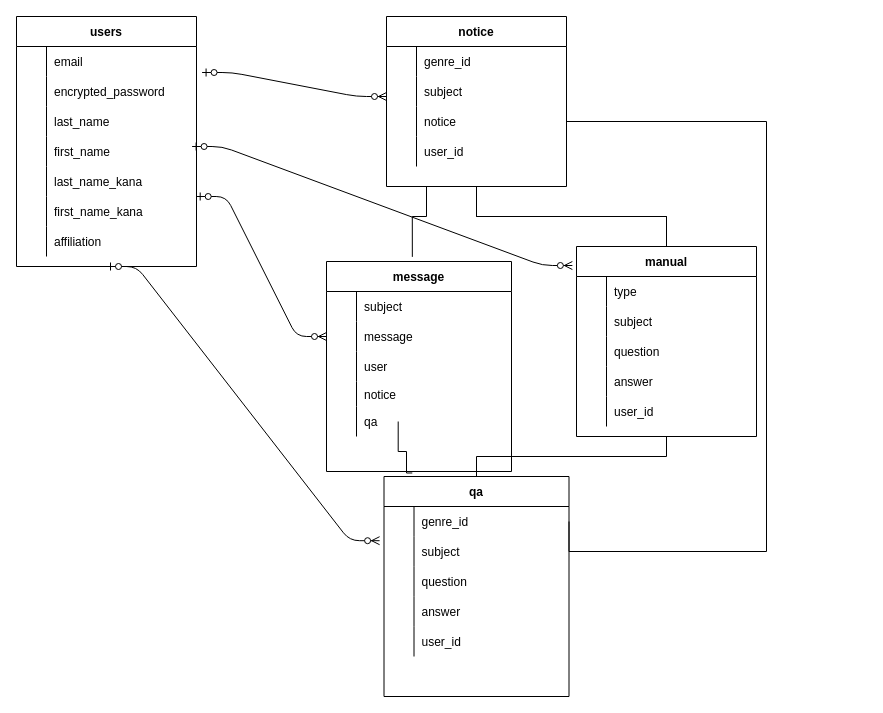
yohikazu-shibuya/share_works keeps this draw.io diagram as test.dio. Above is the earlier version. Source tidied: cells renumbered, new cells numbered last; positions are measured from the earlier drawing's top-left corner, leaving out a move shared by most shapes. Both pictures are drawn from the tidied source at 100%, with x=0, y=0 at pixel (16, 16).
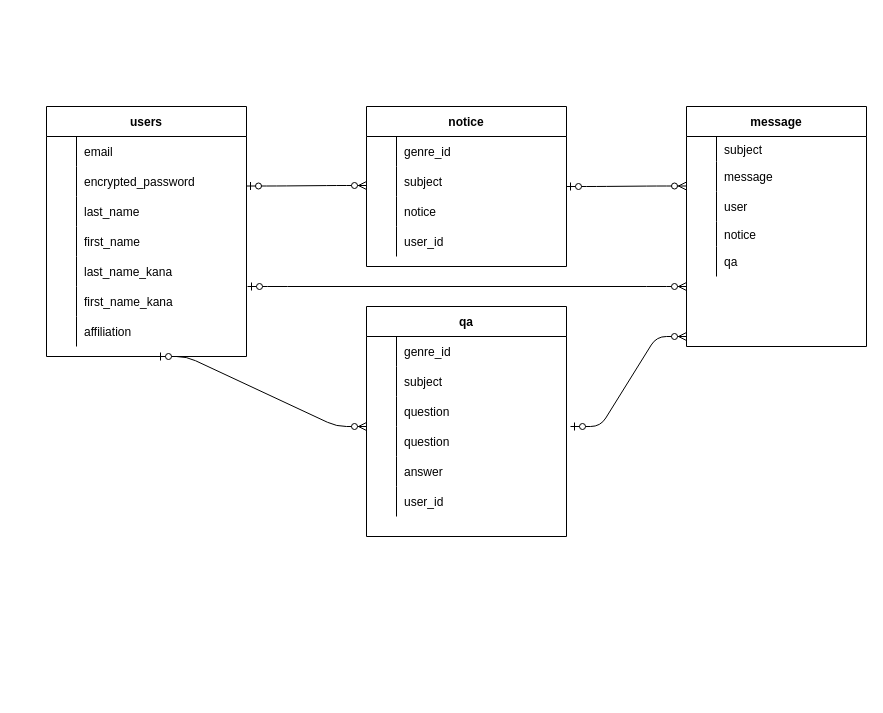
After the change.

What changed in the source:
```diff
@@
     <mxCell id="2" value="users" style="shape=table;startSize=30;childLayout=tableLayout;rowLines=0;fontStyle=1;align=center;fillColor=none;" parent="1" vertex="1">
-      <mxGeometry width="180" height="250" as="geometry" />
+      <mxGeometry x="30" y="90" width="200" height="250" as="geometry" />
     </mxCell>
     <mxCell id="3" style="shape=partialRectangle;fillColor=none;top=0;left=0;bottom=0;right=0;points=[[0,0.5],[1,0.5]];portConstraint=eastwest;" parent="2" vertex="1">
-      <mxGeometry y="30" width="180" height="30" as="geometry" />
+      <mxGeometry y="30" width="200" height="30" as="geometry" />
     </mxCell>
@@
     <mxCell id="5" value="email" style="shape=partialRectangle;fillColor=none;top=0;left=0;bottom=0;right=0;align=left;spacingLeft=6;overflow=hidden;" parent="3" vertex="1">
-      <mxGeometry x="30" width="150" height="30" as="geometry" />
+      <mxGeometry x="30" width="170" height="30" as="geometry" />
     </mxCell>
     <mxCell id="6" style="shape=partialRectangle;fillColor=none;top=0;left=0;bottom=0;right=0;" parent="2" vertex="1">
-      <mxGeometry y="60" width="180" height="30" as="geometry" />
+      <mxGeometry y="60" width="200" height="30" as="geometry" />
     </mxCell>
@@
     <mxCell id="8" value="encrypted_password" style="shape=partialRectangle;fillColor=none;top=0;left=0;bottom=0;right=0;align=left;spacingLeft=6;overflow=hidden;" parent="6" vertex="1">
-      <mxGeometry x="30" width="150" height="30" as="geometry" />
+      <mxGeometry x="30" width="170" height="30" as="geometry" />
     </mxCell>
     <mxCell id="9" style="shape=partialRectangle;fillColor=none;top=0;left=0;bottom=0;right=0;" parent="2" vertex="1">
-      <mxGeometry y="90" width="180" height="30" as="geometry" />
+      <mxGeometry y="90" width="200" height="30" as="geometry" />
     </mxCell>
@@
     <mxCell id="11" value="last_name" style="shape=partialRectangle;fillColor=none;top=0;left=0;bottom=0;right=0;align=left;spacingLeft=6;overflow=hidden;" parent="9" vertex="1">
-      <mxGeometry x="30" width="150" height="30" as="geometry" />
+      <mxGeometry x="30" width="170" height="30" as="geometry" />
     </mxCell>
     <mxCell id="12" style="shape=partialRectangle;fillColor=none;top=0;left=0;bottom=0;right=0;" parent="2" vertex="1">
-      <mxGeometry y="120" width="180" height="30" as="geometry" />
+      <mxGeometry y="120" width="200" height="30" as="geometry" />
     </mxCell>
@@
     <mxCell id="14" value="first_name" style="shape=partialRectangle;fillColor=none;top=0;left=0;bottom=0;right=0;align=left;spacingLeft=6;overflow=hidden;" parent="12" vertex="1">
-      <mxGeometry x="30" width="150" height="30" as="geometry" />
+      <mxGeometry x="30" width="170" height="30" as="geometry" />
     </mxCell>
     <mxCell id="15" style="shape=partialRectangle;fillColor=none;top=0;left=0;bottom=0;right=0;" parent="2" vertex="1">
-      <mxGeometry y="150" width="180" height="30" as="geometry" />
+      <mxGeometry y="150" width="200" height="30" as="geometry" />
     </mxCell>
@@
     <mxCell id="17" value="last_name_kana" style="shape=partialRectangle;fillColor=none;top=0;left=0;bottom=0;right=0;align=left;spacingLeft=6;overflow=hidden;" parent="15" vertex="1">
-      <mxGeometry x="30" width="150" height="30" as="geometry" />
+      <mxGeometry x="30" width="170" height="30" as="geometry" />
     </mxCell>
     <mxCell id="18" style="shape=partialRectangle;fillColor=none;top=0;left=0;bottom=0;right=0;" parent="2" vertex="1">
-      <mxGeometry y="180" width="180" height="30" as="geometry" />
+      <mxGeometry y="180" width="200" height="30" as="geometry" />
     </mxCell>
@@
     <mxCell id="20" value="first_name_kana" style="shape=partialRectangle;fillColor=none;top=0;left=0;bottom=0;right=0;align=left;spacingLeft=6;overflow=hidden;" parent="18" vertex="1">
-      <mxGeometry x="30" width="150" height="30" as="geometry" />
+      <mxGeometry x="30" width="170" height="30" as="geometry" />
     </mxCell>
     <mxCell id="21" style="shape=partialRectangle;fillColor=none;top=0;left=0;bottom=0;right=0;" parent="2" vertex="1">
-      <mxGeometry y="210" width="180" height="30" as="geometry" />
+      <mxGeometry y="210" width="200" height="30" as="geometry" />
     </mxCell>
@@
     <mxCell id="23" value="affiliation" style="shape=partialRectangle;fillColor=none;top=0;left=0;bottom=0;right=0;align=left;spacingLeft=6;overflow=hidden;" parent="21" vertex="1">
-      <mxGeometry x="30" width="150" height="30" as="geometry" />
+      <mxGeometry x="30" width="170" height="30" as="geometry" />
     </mxCell>
     <mxCell id="24" value="notice" style="shape=table;startSize=30;childLayout=tableLayout;rowLines=0;fontStyle=1;align=center;fillColor=none;" parent="1" vertex="1">
-      <mxGeometry x="370" width="180" height="170" as="geometry" />
+      <mxGeometry x="350" y="90" width="200" height="160" as="geometry" />
     </mxCell>
     <mxCell id="25" style="shape=partialRectangle;fillColor=none;top=0;left=0;bottom=0;right=0;" parent="24" vertex="1">
-      <mxGeometry y="30" width="180" height="30" as="geometry" />
+      <mxGeometry y="30" width="200" height="30" as="geometry" />
     </mxCell>
@@
     <mxCell id="27" value="genre_id" style="shape=partialRectangle;fillColor=none;top=0;left=0;bottom=0;right=0;align=left;spacingLeft=6;overflow=hidden;" parent="25" vertex="1">
-      <mxGeometry x="30" width="150" height="30" as="geometry" />
+      <mxGeometry x="30" width="170" height="30" as="geometry" />
     </mxCell>
     <mxCell id="28" style="shape=partialRectangle;fillColor=none;top=0;left=0;bottom=0;right=0;" parent="24" vertex="1">
-      <mxGeometry y="60" width="180" height="30" as="geometry" />
+      <mxGeometry y="60" width="200" height="30" as="geometry" />
     </mxCell>
@@
     <mxCell id="30" value="subject" style="shape=partialRectangle;fillColor=none;top=0;left=0;bottom=0;right=0;align=left;spacingLeft=6;overflow=hidden;" parent="28" vertex="1">
-      <mxGeometry x="30" width="150" height="30" as="geometry" />
+      <mxGeometry x="30" width="170" height="30" as="geometry" />
     </mxCell>
     <mxCell id="31" style="shape=partialRectangle;fillColor=none;top=0;left=0;bottom=0;right=0;points=[[0,0.5],[1,0.5]];portConstraint=eastwest;" parent="24" vertex="1">
-      <mxGeometry y="90" width="180" height="30" as="geometry" />
+      <mxGeometry y="90" width="200" height="30" as="geometry" />
     </mxCell>
@@
     <mxCell id="33" value="notice" style="shape=partialRectangle;fillColor=none;top=0;left=0;bottom=0;right=0;align=left;spacingLeft=6;overflow=hidden;" parent="31" vertex="1">
-      <mxGeometry x="30" width="150" height="30" as="geometry" />
+      <mxGeometry x="30" width="170" height="30" as="geometry" />
     </mxCell>
     <mxCell id="34" style="shape=partialRectangle;fillColor=none;top=0;left=0;bottom=0;right=0;" parent="24" vertex="1">
-      <mxGeometry y="120" width="180" height="30" as="geometry" />
+      <mxGeometry y="120" width="200" height="30" as="geometry" />
     </mxCell>
@@
     <mxCell id="36" value="user_id" style="shape=partialRectangle;fillColor=none;top=0;left=0;bottom=0;right=0;align=left;spacingLeft=6;overflow=hidden;" parent="34" vertex="1">
-      <mxGeometry x="30" width="150" height="30" as="geometry" />
+      <mxGeometry x="30" width="170" height="30" as="geometry" />
     </mxCell>
     <mxCell id="37" value="qa" style="shape=table;startSize=30;childLayout=tableLayout;rowLines=0;fontStyle=1;align=center;fillColor=none;" parent="1" vertex="1">
-      <mxGeometry x="367.5" y="460" width="185" height="220" as="geometry" />
+      <mxGeometry x="350" y="290" width="200" height="230" as="geometry" />
     </mxCell>
     <mxCell id="38" style="shape=partialRectangle;fillColor=none;top=0;left=0;bottom=0;right=0;" parent="37" vertex="1">
-      <mxGeometry y="30" width="185" height="30" as="geometry" />
+      <mxGeometry y="30" width="200" height="30" as="geometry" />
     </mxCell>
@@
     <mxCell id="40" value="genre_id" style="shape=partialRectangle;fillColor=none;top=0;left=0;bottom=0;right=0;align=left;spacingLeft=6;overflow=hidden;" parent="38" vertex="1">
-      <mxGeometry x="30" width="155" height="30" as="geometry" />
+      <mxGeometry x="30" width="170" height="30" as="geometry" />
     </mxCell>
     <mxCell id="41" style="shape=partialRectangle;fillColor=none;top=0;left=0;bottom=0;right=0;" parent="37" vertex="1">
-      <mxGeometry y="60" width="185" height="30" as="geometry" />
+      <mxGeometry y="60" width="200" height="30" as="geometry" />
     </mxCell>
@@
     <mxCell id="43" value="subject" style="shape=partialRectangle;fillColor=none;top=0;left=0;bottom=0;right=0;align=left;spacingLeft=6;overflow=hidden;" parent="41" vertex="1">
-      <mxGeometry x="30" width="155" height="30" as="geometry" />
+      <mxGeometry x="30" width="170" height="30" as="geometry" />
     </mxCell>
     <mxCell id="44" style="shape=partialRectangle;fillColor=none;top=0;left=0;bottom=0;right=0;" parent="37" vertex="1">
-      <mxGeometry y="90" width="185" height="30" as="geometry" />
+      <mxGeometry y="90" width="200" height="30" as="geometry" />
     </mxCell>
@@
     <mxCell id="46" value="question" style="shape=partialRectangle;fillColor=none;top=0;left=0;bottom=0;right=0;align=left;spacingLeft=6;overflow=hidden;" parent="44" vertex="1">
-      <mxGeometry x="30" width="155" height="30" as="geometry" />
+      <mxGeometry x="30" width="170" height="30" as="geometry" />
     </mxCell>
+    <mxCell id="95" style="shape=partialRectangle;fillColor=none;top=0;left=0;bottom=0;right=0;" parent="37" vertex="1">
+      <mxGeometry y="120" width="200" height="30" as="geometry" />
+    </mxCell>
+    <mxCell id="96" style="shape=partialRectangle;fillColor=none;top=0;left=0;bottom=0;right=0;overflow=hidden;" parent="95" vertex="1">
+      <mxGeometry width="30" height="30" as="geometry" />
+    </mxCell>
+    <mxCell id="66" value="question" style="shape=partialRectangle;fillColor=none;top=0;left=0;bottom=0;right=0;align=left;spacingLeft=6;overflow=hidden;" parent="95" vertex="1">
+      <mxGeometry x="30" width="170" height="30" as="geometry" />
+    </mxCell>
     <mxCell id="47" style="shape=partialRectangle;fillColor=none;top=0;left=0;bottom=0;right=0;" parent="37" vertex="1">
-      <mxGeometry y="120" width="185" height="30" as="geometry" />
+      <mxGeometry y="150" width="200" height="30" as="geometry" />
     </mxCell>
@@
     <mxCell id="49" value="answer" style="shape=partialRectangle;fillColor=none;top=0;left=0;bottom=0;right=0;align=left;spacingLeft=6;overflow=hidden;" parent="47" vertex="1">
-      <mxGeometry x="30" width="155" height="30" as="geometry" />
+      <mxGeometry x="30" width="170" height="30" as="geometry" />
     </mxCell>
     <mxCell id="50" style="shape=partialRectangle;fillColor=none;top=0;left=0;bottom=0;right=0;" parent="37" vertex="1">
-      <mxGeometry y="150" width="185" height="30" as="geometry" />
+      <mxGeometry y="180" width="200" height="30" as="geometry" />
     </mxCell>
@@
     <mxCell id="52" value="user_id" style="shape=partialRectangle;fillColor=none;top=0;left=0;bottom=0;right=0;align=left;spacingLeft=6;overflow=hidden;" parent="50" vertex="1">
-      <mxGeometry x="30" width="155" height="30" as="geometry" />
+      <mxGeometry x="30" width="170" height="30" as="geometry" />
     </mxCell>
-    <mxCell id="53" style="edgeStyle=entityRelationEdgeStyle;fontSize=12;html=1;endArrow=ERzeroToMany;startArrow=ERzeroToOne;exitX=1.031;exitY=0.867;exitDx=0;exitDy=0;exitPerimeter=0;" parent="1" edge="1" source="3">
-      <mxGeometry relative="1" as="geometry">
-        <mxPoint x="370" y="80" as="targetPoint" />
-      </mxGeometry>
-    </mxCell>
-    <mxCell id="54" style="edgeStyle=entityRelationEdgeStyle;fontSize=12;html=1;endArrow=ERzeroToMany;startArrow=ERzeroToOne;exitX=0.5;exitY=1;exitDx=0;exitDy=0;entryX=-0.024;entryY=1.14;entryDx=0;entryDy=0;entryPerimeter=0;" parent="1" edge="1" source="2">
+    <mxCell id="54" style="edgeStyle=entityRelationEdgeStyle;fontSize=12;html=1;endArrow=ERzeroToMany;startArrow=ERzeroToOne;" parent="1" edge="1">
       <mxGeometry relative="1" as="geometry">
-        <mxPoint x="363.1" y="524.2" as="targetPoint" />
+        <mxPoint x="140" y="340" as="sourcePoint" />
+        <mxPoint x="350" y="410" as="targetPoint" />
       </mxGeometry>
     </mxCell>
-    <mxCell id="55" style="edgeStyle=orthogonalEdgeStyle;rounded=0;jettySize=auto;html=1;exitX=0.5;exitY=1;exitDx=0;exitDy=0;entryX=0.5;entryY=0;entryDx=0;entryDy=0;endArrow=none;endFill=0;" parent="1" edge="1" source="57" target="37">
-      <mxGeometry relative="1" as="geometry" />
-    </mxCell>
-    <mxCell id="56" style="edgeStyle=orthogonalEdgeStyle;rounded=0;jettySize=auto;html=1;exitX=0.5;exitY=0;exitDx=0;exitDy=0;entryX=0.5;entryY=1;entryDx=0;entryDy=0;endArrow=none;endFill=0;" parent="1" edge="1" source="57" target="24">
-      <mxGeometry relative="1" as="geometry" />
-    </mxCell>
-    <mxCell id="57" value="manual" style="shape=table;startSize=30;childLayout=tableLayout;rowLines=0;fontStyle=1;align=center;fillColor=none;" parent="1" vertex="1">
-      <mxGeometry x="560" y="230" width="180" height="190" as="geometry" />
-    </mxCell>
-    <mxCell id="58" style="shape=partialRectangle;fillColor=none;top=0;left=0;bottom=0;right=0;" parent="57" vertex="1">
-      <mxGeometry y="30" width="180" height="30" as="geometry" />
-    </mxCell>
-    <mxCell id="59" style="shape=partialRectangle;fillColor=none;top=0;left=0;bottom=0;right=0;overflow=hidden;" parent="58" vertex="1">
-      <mxGeometry width="30" height="30" as="geometry" />
-    </mxCell>
-    <mxCell id="60" value="type " style="shape=partialRectangle;fillColor=none;top=0;left=0;bottom=0;right=0;align=left;spacingLeft=6;overflow=hidden;" parent="58" vertex="1">
-      <mxGeometry x="30" width="150" height="30" as="geometry" />
-    </mxCell>
-    <mxCell id="61" style="shape=partialRectangle;fillColor=none;top=0;left=0;bottom=0;right=0;" parent="57" vertex="1">
-      <mxGeometry y="60" width="180" height="30" as="geometry" />
-    </mxCell>
-    <mxCell id="62" style="shape=partialRectangle;fillColor=none;top=0;left=0;bottom=0;right=0;overflow=hidden;" parent="61" vertex="1">
-      <mxGeometry width="30" height="30" as="geometry" />
-    </mxCell>
-    <mxCell id="63" value="subject" style="shape=partialRectangle;fillColor=none;top=0;left=0;bottom=0;right=0;align=left;spacingLeft=6;overflow=hidden;" parent="61" vertex="1">
-      <mxGeometry x="30" width="150" height="30" as="geometry" />
-    </mxCell>
-    <mxCell id="64" style="shape=partialRectangle;fillColor=none;top=0;left=0;bottom=0;right=0;" parent="57" vertex="1">
-      <mxGeometry y="90" width="180" height="30" as="geometry" />
-    </mxCell>
-    <mxCell id="65" style="shape=partialRectangle;fillColor=none;top=0;left=0;bottom=0;right=0;overflow=hidden;" parent="64" vertex="1">
-      <mxGeometry width="30" height="30" as="geometry" />
-    </mxCell>
-    <mxCell id="66" value="question" style="shape=partialRectangle;fillColor=none;top=0;left=0;bottom=0;right=0;align=left;spacingLeft=6;overflow=hidden;" parent="64" vertex="1">
-      <mxGeometry x="30" width="150" height="30" as="geometry" />
-    </mxCell>
-    <mxCell id="67" style="shape=partialRectangle;fillColor=none;top=0;left=0;bottom=0;right=0;" parent="57" vertex="1">
-      <mxGeometry y="120" width="180" height="30" as="geometry" />
-    </mxCell>
-    <mxCell id="68" style="shape=partialRectangle;fillColor=none;top=0;left=0;bottom=0;right=0;overflow=hidden;" parent="67" vertex="1">
-      <mxGeometry width="30" height="30" as="geometry" />
-    </mxCell>
-    <mxCell id="69" value="answer" style="shape=partialRectangle;fillColor=none;top=0;left=0;bottom=0;right=0;align=left;spacingLeft=6;overflow=hidden;" parent="67" vertex="1">
-      <mxGeometry x="30" width="150" height="30" as="geometry" />
-    </mxCell>
-    <mxCell id="70" style="shape=partialRectangle;fillColor=none;top=0;left=0;bottom=0;right=0;" parent="57" vertex="1">
-      <mxGeometry y="150" width="180" height="30" as="geometry" />
-    </mxCell>
-    <mxCell id="71" style="shape=partialRectangle;fillColor=none;top=0;left=0;bottom=0;right=0;overflow=hidden;" parent="70" vertex="1">
-      <mxGeometry width="30" height="30" as="geometry" />
-    </mxCell>
-    <mxCell id="72" value="user_id" style="shape=partialRectangle;fillColor=none;top=0;left=0;bottom=0;right=0;align=left;spacingLeft=6;overflow=hidden;" parent="70" vertex="1">
-      <mxGeometry x="30" width="150" height="30" as="geometry" />
-    </mxCell>
-    <mxCell id="73" style="edgeStyle=entityRelationEdgeStyle;fontSize=12;html=1;endArrow=ERzeroToMany;startArrow=ERzeroToOne;exitX=1.031;exitY=0.867;exitDx=0;exitDy=0;exitPerimeter=0;entryX=-0.023;entryY=0.1;entryDx=0;entryDy=0;entryPerimeter=0;" parent="1" edge="1" target="57">
-      <mxGeometry relative="1" as="geometry">
-        <mxPoint x="175.6" y="130" as="sourcePoint" />
-      </mxGeometry>
-    </mxCell>
-    <mxCell id="74" style="edgeStyle=orthogonalEdgeStyle;rounded=0;jettySize=auto;html=1;exitX=1;exitY=0.5;exitDx=0;exitDy=0;entryX=1;entryY=0.5;entryDx=0;entryDy=0;endArrow=none;endFill=0;" parent="1" edge="1" target="31">
-      <mxGeometry relative="1" as="geometry">
-        <mxPoint x="552.5" y="505" as="sourcePoint" />
-        <Array as="points">
-          <mxPoint x="750" y="535" />
-          <mxPoint x="750" y="105" />
-        </Array>
-      </mxGeometry>
-    </mxCell>
     <mxCell id="75" value="message" style="shape=table;startSize=30;childLayout=tableLayout;rowLines=0;fontStyle=1;align=center;fillColor=none;" parent="1" vertex="1">
-      <mxGeometry x="310" y="245" width="185" height="210" as="geometry" />
+      <mxGeometry x="670" y="90" width="180" height="240" as="geometry" />
     </mxCell>
     <mxCell id="76" style="shape=partialRectangle;fillColor=none;top=0;left=0;bottom=0;right=0;" parent="75" vertex="1">
-      <mxGeometry y="30" width="185" height="30" as="geometry" />
+      <mxGeometry y="30" width="180" height="25" as="geometry" />
     </mxCell>
     <mxCell id="77" style="shape=partialRectangle;fillColor=none;top=0;left=0;bottom=0;right=0;overflow=hidden;" parent="76" vertex="1">
-      <mxGeometry width="30" height="30" as="geometry" />
+      <mxGeometry width="30" height="25" as="geometry" />
     </mxCell>
     <mxCell id="78" value="subject" style="shape=partialRectangle;fillColor=none;top=0;left=0;bottom=0;right=0;align=left;spacingLeft=6;overflow=hidden;" parent="76" vertex="1">
-      <mxGeometry x="30" width="155" height="30" as="geometry" />
+      <mxGeometry x="30" width="150" height="25" as="geometry" />
     </mxCell>
     <mxCell id="79" style="shape=partialRectangle;fillColor=none;top=0;left=0;bottom=0;right=0;points=[[0,0.5],[1,0.5]];portConstraint=eastwest;" parent="75" vertex="1">
-      <mxGeometry y="60" width="185" height="30" as="geometry" />
+      <mxGeometry y="55" width="180" height="30" as="geometry" />
     </mxCell>
@@
     <mxCell id="81" value="message" style="shape=partialRectangle;fillColor=none;top=0;left=0;bottom=0;right=0;align=left;spacingLeft=6;overflow=hidden;" parent="79" vertex="1">
-      <mxGeometry x="30" width="155" height="30" as="geometry" />
+      <mxGeometry x="30" width="150" height="30" as="geometry" />
     </mxCell>
     <mxCell id="82" style="shape=partialRectangle;fillColor=none;top=0;left=0;bottom=0;right=0;" parent="75" vertex="1">
-      <mxGeometry y="90" width="185" height="30" as="geometry" />
+      <mxGeometry y="85" width="180" height="30" as="geometry" />
     </mxCell>
@@
     <mxCell id="84" value="user" style="shape=partialRectangle;fillColor=none;top=0;left=0;bottom=0;right=0;align=left;spacingLeft=6;overflow=hidden;" parent="82" vertex="1">
-      <mxGeometry x="30" width="155" height="30" as="geometry" />
+      <mxGeometry x="30" width="150" height="30" as="geometry" />
     </mxCell>
     <mxCell id="85" style="shape=partialRectangle;fillColor=none;top=0;left=0;bottom=0;right=0;" parent="75" vertex="1">
-      <mxGeometry y="120" width="185" height="25" as="geometry" />
+      <mxGeometry y="115" width="180" height="25" as="geometry" />
     </mxCell>
@@
     <mxCell id="87" value="notice" style="shape=partialRectangle;fillColor=none;top=0;left=0;bottom=0;right=0;align=left;spacingLeft=6;overflow=hidden;" parent="85" vertex="1">
-      <mxGeometry x="30" width="155" height="25" as="geometry" />
+      <mxGeometry x="30" width="150" height="25" as="geometry" />
     </mxCell>
     <mxCell id="88" style="shape=partialRectangle;fillColor=none;top=0;left=0;bottom=0;right=0;" parent="75" vertex="1">
-      <mxGeometry y="145" width="185" height="30" as="geometry" />
+      <mxGeometry y="140" width="180" height="30" as="geometry" />
     </mxCell>
@@
     <mxCell id="90" value="qa" style="shape=partialRectangle;fillColor=none;top=0;left=0;bottom=0;right=0;align=left;spacingLeft=6;overflow=hidden;" parent="88" vertex="1">
-      <mxGeometry x="30" width="155" height="30" as="geometry" />
+      <mxGeometry x="30" width="150" height="30" as="geometry" />
     </mxCell>
-    <mxCell id="91" style="edgeStyle=entityRelationEdgeStyle;fontSize=12;html=1;endArrow=ERzeroToMany;startArrow=ERzeroToOne;exitX=1.031;exitY=0.867;exitDx=0;exitDy=0;exitPerimeter=0;" parent="1" edge="1" target="79">
+    <mxCell id="91" style="edgeStyle=entityRelationEdgeStyle;fontSize=12;html=1;endArrow=ERzeroToMany;startArrow=ERzeroToOne;" parent="1" edge="1">
       <mxGeometry relative="1" as="geometry">
-        <mxPoint x="179.7" y="180" as="sourcePoint" />
+        <mxPoint x="231" y="270" as="sourcePoint" />
+        <mxPoint x="670" y="270" as="targetPoint" />
       </mxGeometry>
     </mxCell>
-    <mxCell id="92" style="edgeStyle=orthogonalEdgeStyle;rounded=0;jettySize=auto;html=1;exitX=0.5;exitY=0;exitDx=0;exitDy=0;entryX=0.5;entryY=1;entryDx=0;entryDy=0;endArrow=none;endFill=0;" parent="1" edge="1" source="57" target="24">
-      <mxGeometry relative="1" as="geometry">
-        <Array as="points">
-          <mxPoint x="650" y="200" />
-          <mxPoint x="460" y="200" />
-        </Array>
-      </mxGeometry>
-    </mxCell>
-    <mxCell id="93" style="edgeStyle=orthogonalEdgeStyle;rounded=0;jettySize=auto;html=1;exitX=0.464;exitY=-0.022;exitDx=0;exitDy=0;entryX=0.5;entryY=1;entryDx=0;entryDy=0;endArrow=none;endFill=0;exitPerimeter=0;" parent="1" edge="1" source="75">
-      <mxGeometry relative="1" as="geometry">
-        <mxPoint x="410" y="170" as="targetPoint" />
-        <Array as="points">
-          <mxPoint x="396" y="200" />
-          <mxPoint x="410" y="200" />
-        </Array>
-      </mxGeometry>
-    </mxCell>
-    <mxCell id="94" style="edgeStyle=orthogonalEdgeStyle;rounded=0;jettySize=auto;html=1;exitX=0.153;exitY=-0.016;exitDx=0;exitDy=0;entryX=0.5;entryY=1;entryDx=0;entryDy=0;endArrow=none;endFill=0;exitPerimeter=0;" parent="1" edge="1" source="37">
-      <mxGeometry relative="1" as="geometry">
-        <mxPoint x="381.7" y="405" as="targetPoint" />
-        <Array as="points">
-          <mxPoint x="390" y="457" />
-          <mxPoint x="390" y="435" />
-          <mxPoint x="382" y="435" />
-        </Array>
-      </mxGeometry>
-    </mxCell>
+    <mxCell id="97" style="edgeStyle=entityRelationEdgeStyle;fontSize=12;html=1;endArrow=ERzeroToMany;startArrow=ERzeroToOne;" parent="1" edge="1">
+      <mxGeometry relative="1" as="geometry">
+        <mxPoint x="554" y="410" as="sourcePoint" />
+        <mxPoint x="670" y="320" as="targetPoint" />
+      </mxGeometry>
+    </mxCell>
+    <mxCell id="98" style="edgeStyle=entityRelationEdgeStyle;fontSize=12;html=1;endArrow=ERzeroToMany;startArrow=ERzeroToOne;" parent="1" edge="1">
+      <mxGeometry relative="1" as="geometry">
+        <mxPoint x="230" y="169.5" as="sourcePoint" />
+        <mxPoint x="350" y="169" as="targetPoint" />
+      </mxGeometry>
+    </mxCell>
+    <mxCell id="99" style="edgeStyle=entityRelationEdgeStyle;fontSize=12;html=1;endArrow=ERzeroToMany;startArrow=ERzeroToOne;" parent="1" edge="1">
+      <mxGeometry relative="1" as="geometry">
+        <mxPoint x="550" y="170" as="sourcePoint" />
+        <mxPoint x="670" y="169.5" as="targetPoint" />
+      </mxGeometry>
+    </mxCell>
```
